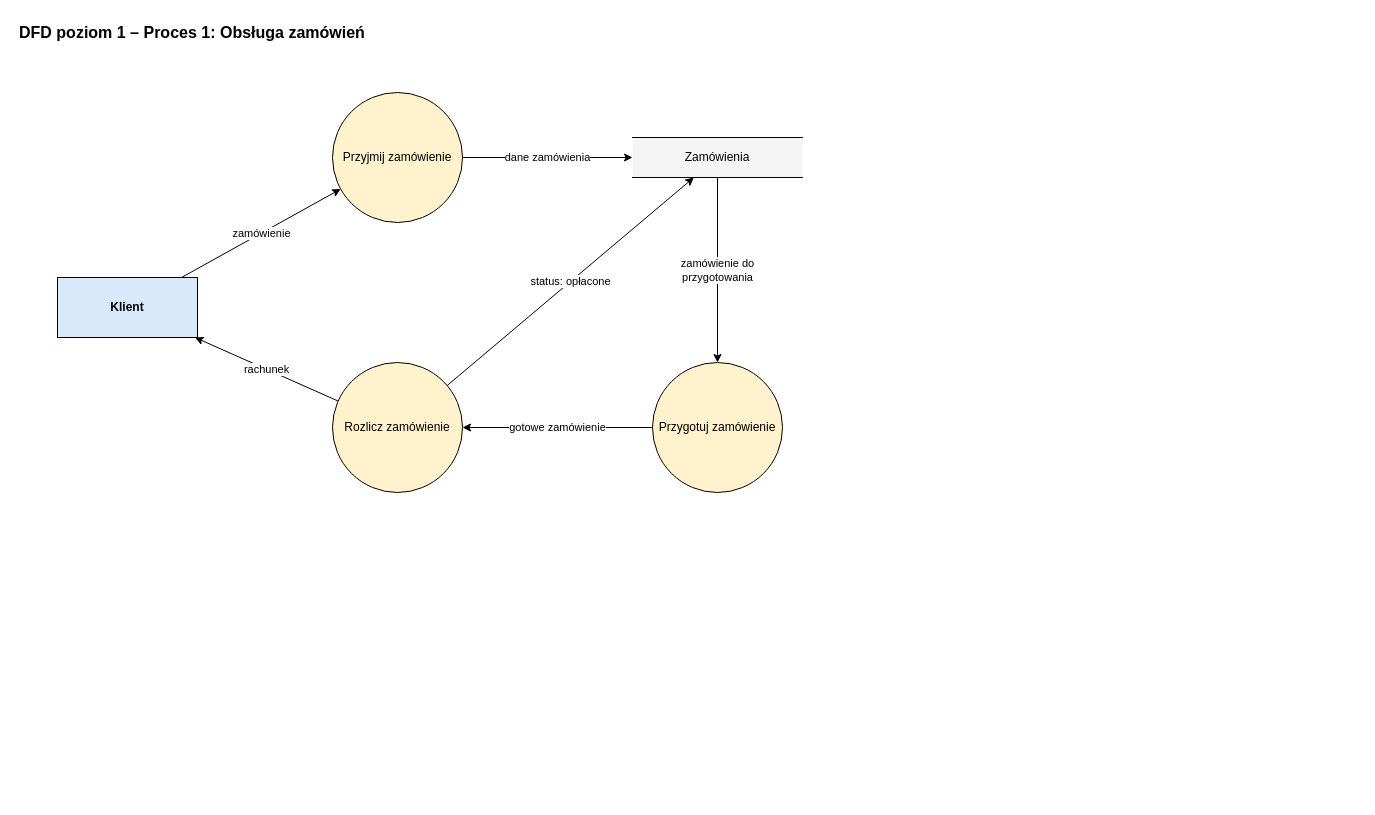
olimo54323/OiZPI-laboratorium keeps this draw.io diagram as diagramy/02_przeplyw_danych/dfd_1_zamowienia.drawio. Above is the earlier version. Source tidied: cells renumbered, new cells numbered last; positions are measured from the earlier drawing's top-left corner, leaving out a move shared by most shapes. Both pictures are drawn from the tidied source at 100%, with x=0, y=0 at pixel (17, 17).
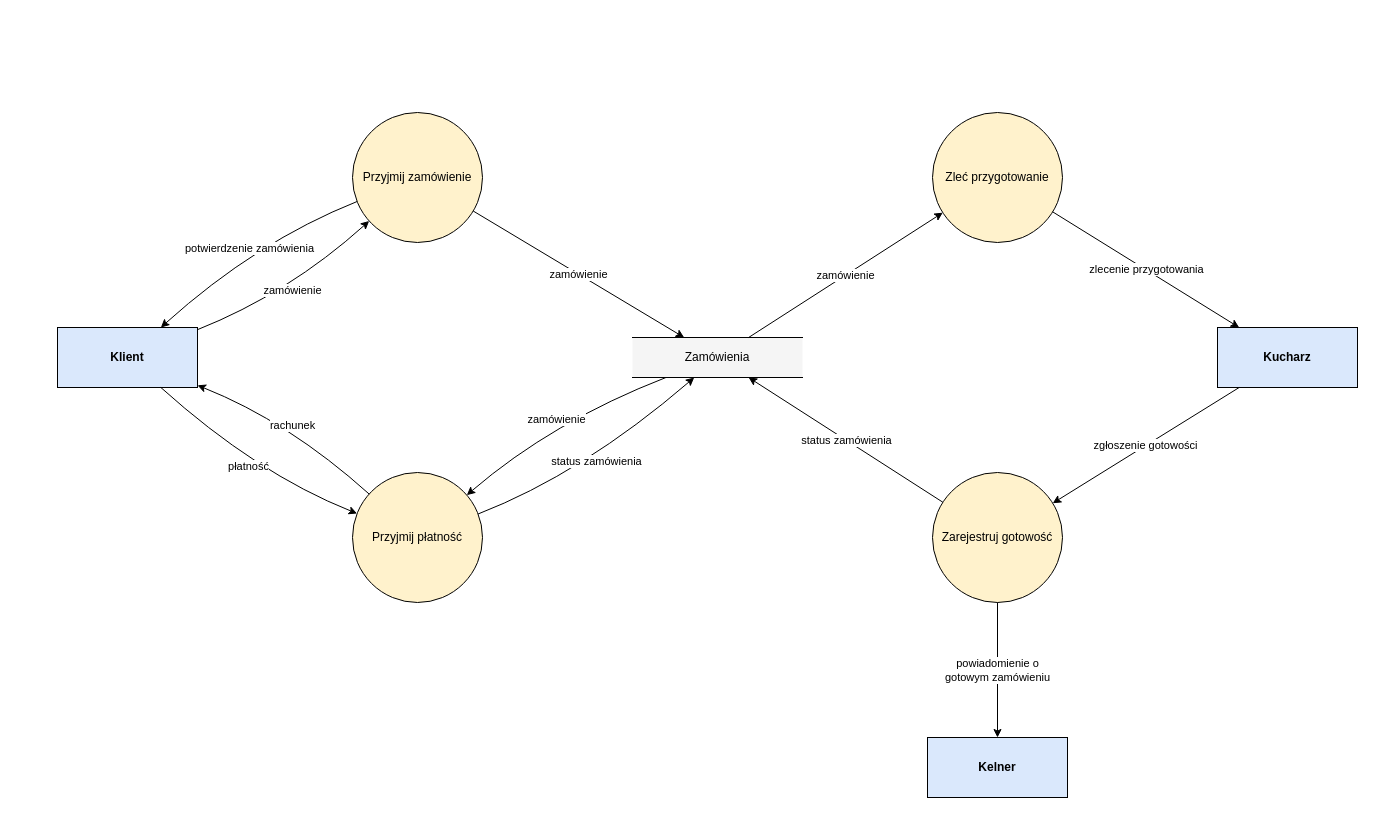
The same diagram, later.

The edit, as a diff of the source:
```diff
@@
-    <mxCell id="2" value="DFD poziom 1 – Proces 1: Obsługa zamówień" style="text;html=1;align=left;verticalAlign=middle;fontSize=16;fontStyle=1;" parent="1" vertex="1">
-      <mxGeometry width="500" height="30" as="geometry" />
-    </mxCell>
     <mxCell id="3" value="Klient" style="rounded=0;whiteSpace=wrap;html=1;fillColor=#dae8fc;strokeColor=#000000;fontStyle=1;fontSize=12;" parent="1" vertex="1">
-      <mxGeometry x="40" y="260" width="140" height="60" as="geometry" />
+      <mxGeometry x="40" y="310" width="140" height="60" as="geometry" />
     </mxCell>
+    <mxCell id="14" value="Kucharz" style="rounded=0;whiteSpace=wrap;html=1;fillColor=#dae8fc;strokeColor=#000000;fontStyle=1;fontSize=12;" parent="1" vertex="1">
+      <mxGeometry x="1200" y="310" width="140" height="60" as="geometry" />
+    </mxCell>
+    <mxCell id="15" value="Kelner" style="rounded=0;whiteSpace=wrap;html=1;fillColor=#dae8fc;strokeColor=#000000;fontStyle=1;fontSize=12;" parent="1" vertex="1">
+      <mxGeometry x="910" y="720" width="140" height="60" as="geometry" />
+    </mxCell>
     <mxCell id="4" value="Przyjmij zamówienie" style="ellipse;whiteSpace=wrap;html=1;fillColor=#fff2cc;strokeColor=#000000;fontSize=12;" parent="1" vertex="1">
-      <mxGeometry x="315" y="75" width="130" height="130" as="geometry" />
+      <mxGeometry x="335" y="95" width="130" height="130" as="geometry" />
     </mxCell>
-    <mxCell id="5" value="Przygotuj zamówienie" style="ellipse;whiteSpace=wrap;html=1;fillColor=#fff2cc;strokeColor=#000000;fontSize=12;" parent="1" vertex="1">
-      <mxGeometry x="635" y="345" width="130" height="130" as="geometry" />
-    </mxCell>
-    <mxCell id="6" value="Rozlicz zamówienie" style="ellipse;whiteSpace=wrap;html=1;fillColor=#fff2cc;strokeColor=#000000;fontSize=12;" parent="1" vertex="1">
-      <mxGeometry x="315" y="345" width="130" height="130" as="geometry" />
-    </mxCell>
+    <mxCell id="16" value="Przyjmij płatność" style="ellipse;whiteSpace=wrap;html=1;fillColor=#fff2cc;strokeColor=#000000;fontSize=12;" parent="1" vertex="1">
+      <mxGeometry x="335" y="455" width="130" height="130" as="geometry" />
+    </mxCell>
+    <mxCell id="17" value="Zleć przygotowanie" style="ellipse;whiteSpace=wrap;html=1;fillColor=#fff2cc;strokeColor=#000000;fontSize=12;" parent="1" vertex="1">
+      <mxGeometry x="915" y="95" width="130" height="130" as="geometry" />
+    </mxCell>
+    <mxCell id="18" value="Zarejestruj gotowość" style="ellipse;whiteSpace=wrap;html=1;fillColor=#fff2cc;strokeColor=#000000;fontSize=12;" parent="1" vertex="1">
+      <mxGeometry x="915" y="455" width="130" height="130" as="geometry" />
+    </mxCell>
     <mxCell id="7" value="Zamówienia" style="shape=partialRectangle;whiteSpace=wrap;html=1;left=0;right=0;fillColor=#f5f5f5;strokeColor=#000000;fontSize=12;" parent="1" vertex="1">
-      <mxGeometry x="615" y="120" width="170" height="40" as="geometry" />
+      <mxGeometry x="615" y="320" width="170" height="40" as="geometry" />
     </mxCell>
-    <mxCell id="8" value="zamówienie" style="endArrow=classic;endFill=1;html=1;rounded=0;labelBackgroundColor=#ffffff;fontSize=11;strokeColor=#000000;" parent="1" edge="1" source="3" target="4">
-      <mxGeometry relative="1" as="geometry" />
+    <mxCell id="8" value="zamówienie" style="endArrow=classic;endFill=1;html=1;curved=1;labelBackgroundColor=#ffffff;fontSize=11;strokeColor=#000000;" parent="1" edge="1" source="3" target="4">
+      <mxGeometry relative="1" as="geometry">
+        <Array as="points">
+          <mxPoint x="271" y="276" />
+        </Array>
+      </mxGeometry>
     </mxCell>
-    <mxCell id="9" value="dane zamówienia" style="endArrow=classic;endFill=1;html=1;rounded=0;labelBackgroundColor=#ffffff;fontSize=11;strokeColor=#000000;" parent="1" edge="1" source="4" target="7">
-      <mxGeometry relative="1" as="geometry" />
+    <mxCell id="9" value="potwierdzenie zamówienia" style="endArrow=classic;endFill=1;html=1;curved=1;labelBackgroundColor=#ffffff;fontSize=11;strokeColor=#000000;" parent="1" edge="1" source="4" target="3">
+      <mxGeometry relative="1" as="geometry">
+        <Array as="points">
+          <mxPoint x="239" y="224" />
+        </Array>
+      </mxGeometry>
     </mxCell>
-    <mxCell id="10" value="zamówienie do&lt;br&gt;przygotowania" style="endArrow=classic;endFill=1;html=1;rounded=0;labelBackgroundColor=#ffffff;fontSize=11;strokeColor=#000000;" parent="1" edge="1" source="7" target="5">
-      <mxGeometry relative="1" as="geometry" />
+    <mxCell id="10" value="płatność" style="endArrow=classic;endFill=1;html=1;curved=1;labelBackgroundColor=#ffffff;fontSize=11;strokeColor=#000000;" parent="1" edge="1" source="3" target="16">
+      <mxGeometry relative="1" as="geometry">
+        <Array as="points">
+          <mxPoint x="239" y="456" />
+        </Array>
+      </mxGeometry>
     </mxCell>
-    <mxCell id="11" value="gotowe zamówienie" style="endArrow=classic;endFill=1;html=1;rounded=0;labelBackgroundColor=#ffffff;fontSize=11;strokeColor=#000000;" parent="1" edge="1" source="5" target="6">
-      <mxGeometry relative="1" as="geometry" />
+    <mxCell id="11" value="rachunek" style="endArrow=classic;endFill=1;html=1;curved=1;labelBackgroundColor=#ffffff;fontSize=11;strokeColor=#000000;" parent="1" edge="1" source="16" target="3">
+      <mxGeometry relative="1" as="geometry">
+        <Array as="points">
+          <mxPoint x="271" y="404" />
+        </Array>
+      </mxGeometry>
     </mxCell>
-    <mxCell id="12" value="rachunek" style="endArrow=classic;endFill=1;html=1;rounded=0;labelBackgroundColor=#ffffff;fontSize=11;strokeColor=#000000;" parent="1" edge="1" source="6" target="3">
+    <mxCell id="12" value="zamówienie" style="endArrow=classic;endFill=1;html=1;rounded=0;labelBackgroundColor=#ffffff;fontSize=11;strokeColor=#000000;" parent="1" edge="1" source="4" target="7">
       <mxGeometry relative="1" as="geometry" />
     </mxCell>
-    <mxCell id="13" value="status: opłacone" style="endArrow=classic;endFill=1;html=1;rounded=0;labelBackgroundColor=#ffffff;fontSize=11;strokeColor=#000000;" parent="1" edge="1" source="6" target="7">
-      <mxGeometry relative="1" as="geometry" />
+    <mxCell id="13" value="zamówienie" style="endArrow=classic;endFill=1;html=1;curved=1;labelBackgroundColor=#ffffff;fontSize=11;strokeColor=#000000;" parent="1" edge="1" source="7" target="16">
+      <mxGeometry relative="1" as="geometry">
+        <Array as="points">
+          <mxPoint x="535" y="404" />
+        </Array>
+      </mxGeometry>
     </mxCell>
+    <mxCell id="19" value="status zamówienia" style="endArrow=classic;endFill=1;html=1;curved=1;labelBackgroundColor=#ffffff;fontSize=11;strokeColor=#000000;" parent="1" edge="1" source="16" target="7">
+      <mxGeometry relative="1" as="geometry">
+        <Array as="points">
+          <mxPoint x="565" y="456" />
+        </Array>
+      </mxGeometry>
+    </mxCell>
+    <mxCell id="20" value="zamówienie" style="endArrow=classic;endFill=1;html=1;rounded=0;labelBackgroundColor=#ffffff;fontSize=11;strokeColor=#000000;" parent="1" edge="1" source="7" target="17">
+      <mxGeometry relative="1" as="geometry" />
+    </mxCell>
+    <mxCell id="21" value="zlecenie przygotowania" style="endArrow=classic;endFill=1;html=1;rounded=0;labelBackgroundColor=#ffffff;fontSize=11;strokeColor=#000000;" parent="1" edge="1" source="17" target="14">
+      <mxGeometry relative="1" as="geometry" />
+    </mxCell>
+    <mxCell id="22" value="zgłoszenie gotowości" style="endArrow=classic;endFill=1;html=1;rounded=0;labelBackgroundColor=#ffffff;fontSize=11;strokeColor=#000000;" parent="1" edge="1" source="14" target="18">
+      <mxGeometry relative="1" as="geometry" />
+    </mxCell>
+    <mxCell id="23" value="status zamówienia" style="endArrow=classic;endFill=1;html=1;rounded=0;labelBackgroundColor=#ffffff;fontSize=11;strokeColor=#000000;" parent="1" edge="1" source="18" target="7">
+      <mxGeometry relative="1" as="geometry" />
+    </mxCell>
+    <mxCell id="24" value="powiadomienie o&lt;br&gt;gotowym zamówieniu" style="endArrow=classic;endFill=1;html=1;rounded=0;labelBackgroundColor=#ffffff;fontSize=11;strokeColor=#000000;" parent="1" edge="1" source="18" target="15">
+      <mxGeometry relative="1" as="geometry" />
+    </mxCell>
```
